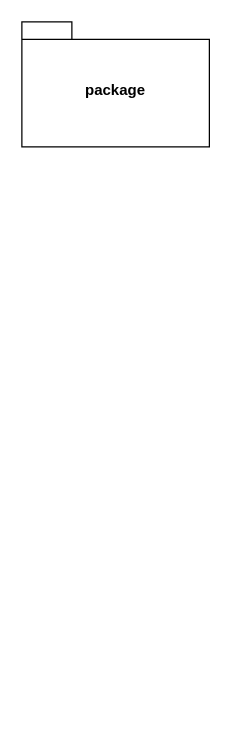
Above: guide.drawio in RobertHan215/learning-uml (draw.io), before the change. Source tidied: cells renumbered, new cells numbered last; positions are measured from the earlier drawing's top-left corner, leaving out a move shared by most shapes. Both pictures are drawn from the tidied source at 125%, with x=0, y=0 at pixel (21, 21).
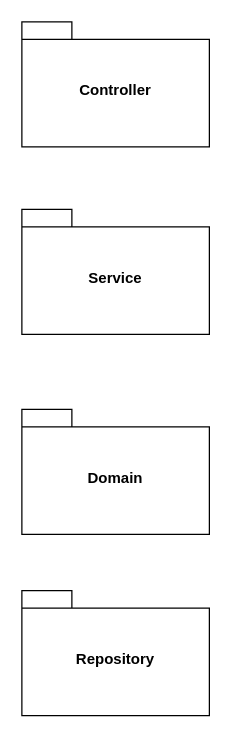
After the change.

The edit, as a diff of the source:
```diff
@@
 <mxGraphModel>
   <root>
     <mxCell id="0" />
     <mxCell id="1" parent="0" />
-    <mxCell id="2" value="package" style="shape=folder;fontStyle=1;spacingTop=10;tabWidth=40;tabHeight=14;tabPosition=left;html=1;whiteSpace=wrap;" parent="1" vertex="1">
+    <mxCell id="2" value="Controller" style="shape=folder;fontStyle=1;spacingTop=10;tabWidth=40;tabHeight=14;tabPosition=left;html=1;whiteSpace=wrap;" parent="1" vertex="1">
       <mxGeometry width="150" height="100" as="geometry" />
     </mxCell>
+    <mxCell id="3" value="Service" style="shape=folder;fontStyle=1;spacingTop=10;tabWidth=40;tabHeight=14;tabPosition=left;html=1;whiteSpace=wrap;" parent="1" vertex="1">
+      <mxGeometry y="150" width="150" height="100" as="geometry" />
+    </mxCell>
+    <mxCell id="4" value="Domain" style="shape=folder;fontStyle=1;spacingTop=10;tabWidth=40;tabHeight=14;tabPosition=left;html=1;whiteSpace=wrap;" parent="1" vertex="1">
+      <mxGeometry y="310" width="150" height="100" as="geometry" />
+    </mxCell>
+    <mxCell id="5" value="Repository" style="shape=folder;fontStyle=1;spacingTop=10;tabWidth=40;tabHeight=14;tabPosition=left;html=1;whiteSpace=wrap;" parent="1" vertex="1">
+      <mxGeometry y="455" width="150" height="100" as="geometry" />
+    </mxCell>
   </root>
 </mxGraphModel>
```
